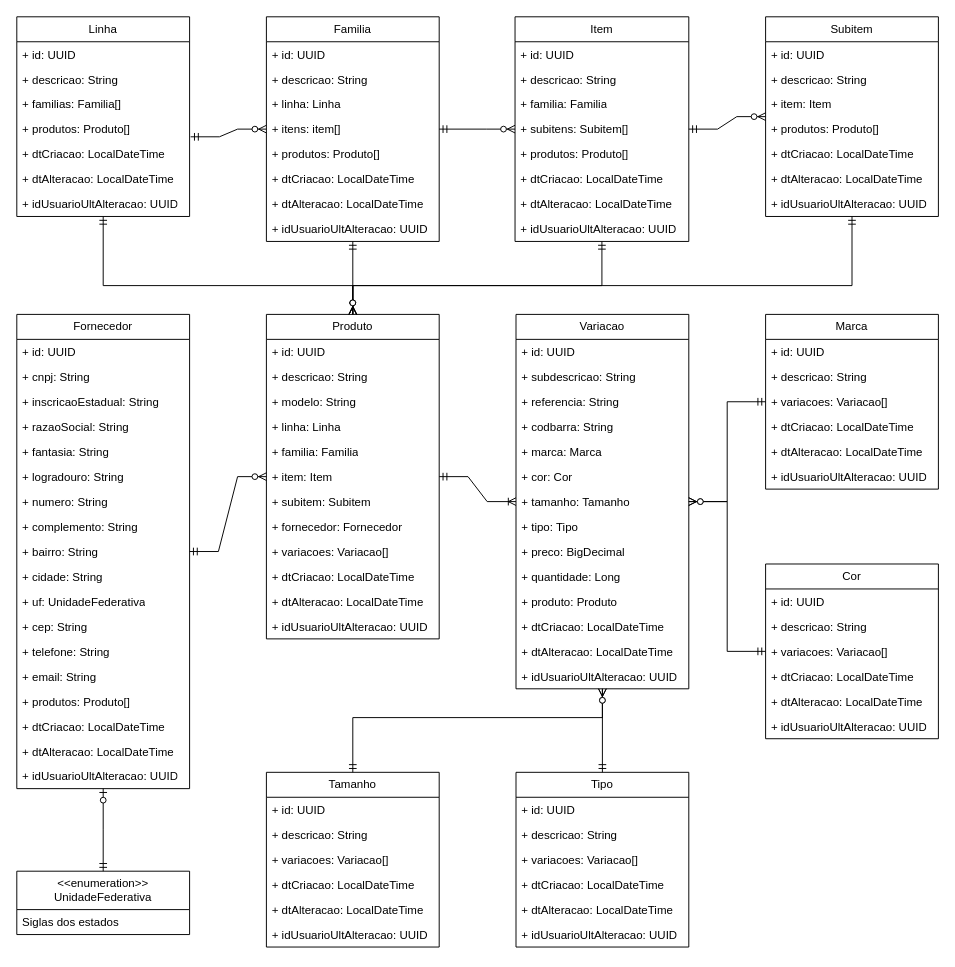
augustocesarsousa/ecommerce keeps this draw.io diagram as documentacao/diagramas/classe/produto/produto.drawio. Above is the earlier version. Source tidied: cells renumbered, new cells numbered last; positions are measured from the earlier drawing's top-left corner, leaving out a move shared by most shapes. Both pictures are drawn from the tidied source at 96%, with x=0, y=0 at pixel (16, 16).
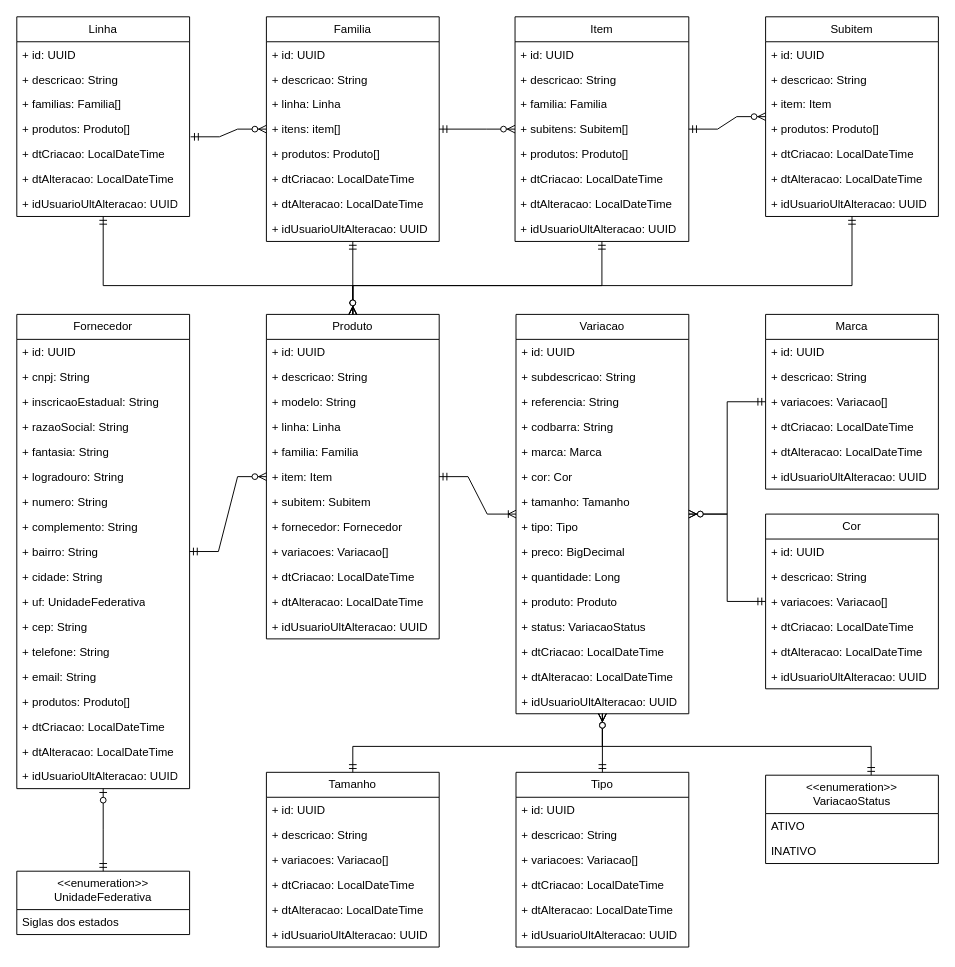
The same diagram, later.

Commit message (it also covers changes not shown here):
docs(ms-produto): adiciona regras de negócio da entidade produto

3.3.3.1 [RN003.1] A descrição das classes é obrigatória
3.3.3.2 [RN003.2] A data de criação deve ser inserida ao cadastrar uma classe
3.3.3.3 [RN003.3] A data de alteração deve ser inserida ao cadastrar uma classe
3.3.3.4 [RN003.4] A data de alteração deve ser atualizada ao atualizar uma classe
3.3.3.5 [RN003.5] O ID do usuário da ultima alteração deve ser inserida ao cadastrar uma classe
3.3.3.6 [RN003.6] O ID do usuário da ultima alteração deve ser atualizado ao atualizar uma classe

The change refers to these unchanged cells:
```xml
<mxCell id="69" value="Tamanho" style="swimlane;fontStyle=0;horizontal=1;startSize=26;fillColor=none;whiteSpace=wrap;html=1;" parent="1" vertex="1">
  <mxGeometry x="260" y="787" width="180" height="182" as="geometry" />
</mxCell>
```

The edit, as a diff of the source:
```diff
@@
     <mxCell id="62" value="Cor" style="swimlane;fontStyle=0;horizontal=1;startSize=26;fillColor=none;whiteSpace=wrap;html=1;" parent="1" vertex="1">
-      <mxGeometry x="780" y="570" width="180" height="182" as="geometry" />
+      <mxGeometry x="780" y="518" width="180" height="182" as="geometry" />
     </mxCell>
@@
     <mxCell id="96" value="Variacao" style="swimlane;fontStyle=0;horizontal=1;startSize=26;fillColor=none;whiteSpace=wrap;html=1;" parent="1" vertex="1">
-      <mxGeometry x="520" y="310" width="180" height="390" as="geometry" />
+      <mxGeometry x="520" y="310" width="180" height="416" as="geometry" />
     </mxCell>
@@
+    <mxCell id="127" value="+ status: VariacaoStatus" style="text;strokeColor=none;fillColor=none;align=left;verticalAlign=top;spacingLeft=4;spacingRight=4;overflow=hidden;whiteSpace=wrap;html=1;" parent="96" vertex="1">
+      <mxGeometry y="312" width="180" height="26" as="geometry" />
+    </mxCell>
     <mxCell id="108" value="+ dtCriacao: LocalDateTime" style="text;strokeColor=none;fillColor=none;align=left;verticalAlign=top;spacingLeft=4;spacingRight=4;overflow=hidden;whiteSpace=wrap;html=1;" parent="96" vertex="1">
-      <mxGeometry y="312" width="180" height="26" as="geometry" />
+      <mxGeometry y="338" width="180" height="26" as="geometry" />
     </mxCell>
     <mxCell id="109" value="+ dtAlteracao: LocalDateTime" style="text;strokeColor=none;fillColor=none;align=left;verticalAlign=top;spacingLeft=4;spacingRight=4;overflow=hidden;whiteSpace=wrap;html=1;" parent="96" vertex="1">
-      <mxGeometry y="338" width="180" height="26" as="geometry" />
+      <mxGeometry y="364" width="180" height="26" as="geometry" />
     </mxCell>
     <mxCell id="110" value="+ idUsuarioUltAlteracao: UUID" style="text;strokeColor=none;fillColor=none;align=left;verticalAlign=top;spacingLeft=4;spacingRight=4;overflow=hidden;whiteSpace=wrap;html=1;" parent="96" vertex="1">
-      <mxGeometry y="364" width="180" height="26" as="geometry" />
+      <mxGeometry y="390" width="180" height="26" as="geometry" />
     </mxCell>
@@
     <mxCell id="118" style="edgeStyle=orthogonalEdgeStyle;fontSize=12;html=1;endArrow=ERzeroToMany;startArrow=ERmandOne;rounded=0;" parent="1" edge="1" source="69" target="96">
       <mxGeometry relative="1" as="geometry">
         <Array as="points">
-          <mxPoint x="350" y="730" />
-          <mxPoint x="610" y="730" />
+          <mxPoint x="350" y="760" />
+          <mxPoint x="610" y="760" />
         </Array>
       </mxGeometry>
     </mxCell>
@@
+    <mxCell id="128" value="&amp;lt;&amp;lt;enumeration&amp;gt;&amp;gt;&lt;br&gt;&lt;div&gt;VariacaoStatus&lt;/div&gt;" style="swimlane;fontStyle=0;horizontal=1;startSize=40;fillColor=none;whiteSpace=wrap;html=1;" parent="1" vertex="1">
+      <mxGeometry x="780" y="790" width="180" height="92" as="geometry" />
+    </mxCell>
+    <mxCell id="129" value="ATIVO" style="text;strokeColor=none;fillColor=none;align=left;verticalAlign=top;spacingLeft=4;spacingRight=4;overflow=hidden;whiteSpace=wrap;html=1;" parent="128" vertex="1">
+      <mxGeometry y="40" width="180" height="26" as="geometry" />
+    </mxCell>
+    <mxCell id="130" value="INATIVO" style="text;strokeColor=none;fillColor=none;align=left;verticalAlign=top;spacingLeft=4;spacingRight=4;overflow=hidden;whiteSpace=wrap;html=1;" parent="128" vertex="1">
+      <mxGeometry y="66" width="180" height="26" as="geometry" />
+    </mxCell>
+    <mxCell id="131" style="edgeStyle=elbowEdgeStyle;fontSize=12;html=1;endArrow=ERzeroToMany;startArrow=ERmandOne;rounded=0;exitX=0.611;exitY=0;exitDx=0;exitDy=0;exitPerimeter=0;elbow=vertical;" parent="1" edge="1" source="128">
+      <mxGeometry relative="1" as="geometry">
+        <mxPoint x="610" y="726" as="targetPoint" />
+        <Array as="points">
+          <mxPoint x="750" y="760" />
+        </Array>
+      </mxGeometry>
+    </mxCell>
```
